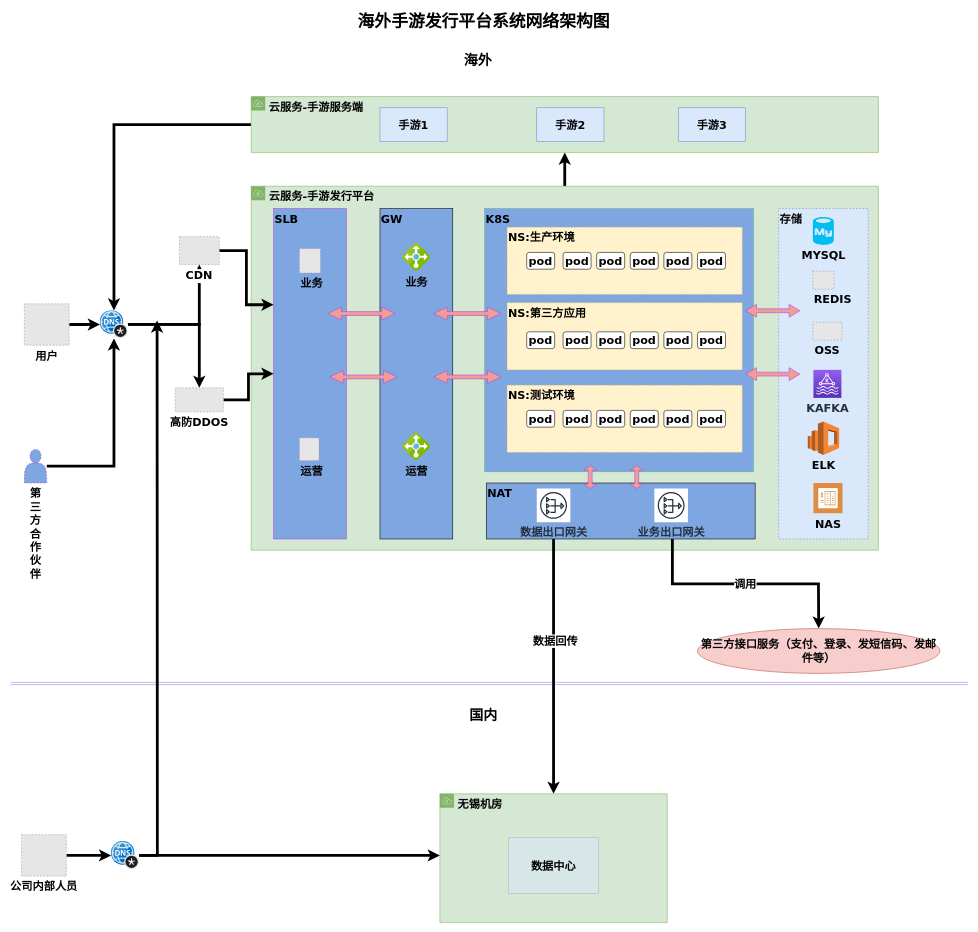
This is 未命名绘图.drawio from shijianhui/ops_doc, a draw.io file, before an edit. Source tidied: cells renumbered, new cells numbered last; positions are measured from the earlier drawing's top-left corner, leaving out a move shared by most shapes. Both pictures are drawn from the tidied source at 56%, with x=0, y=0 at pixel (10, 10). Pictures stored in the file or linked from it are replaced by grey dashed boxes.
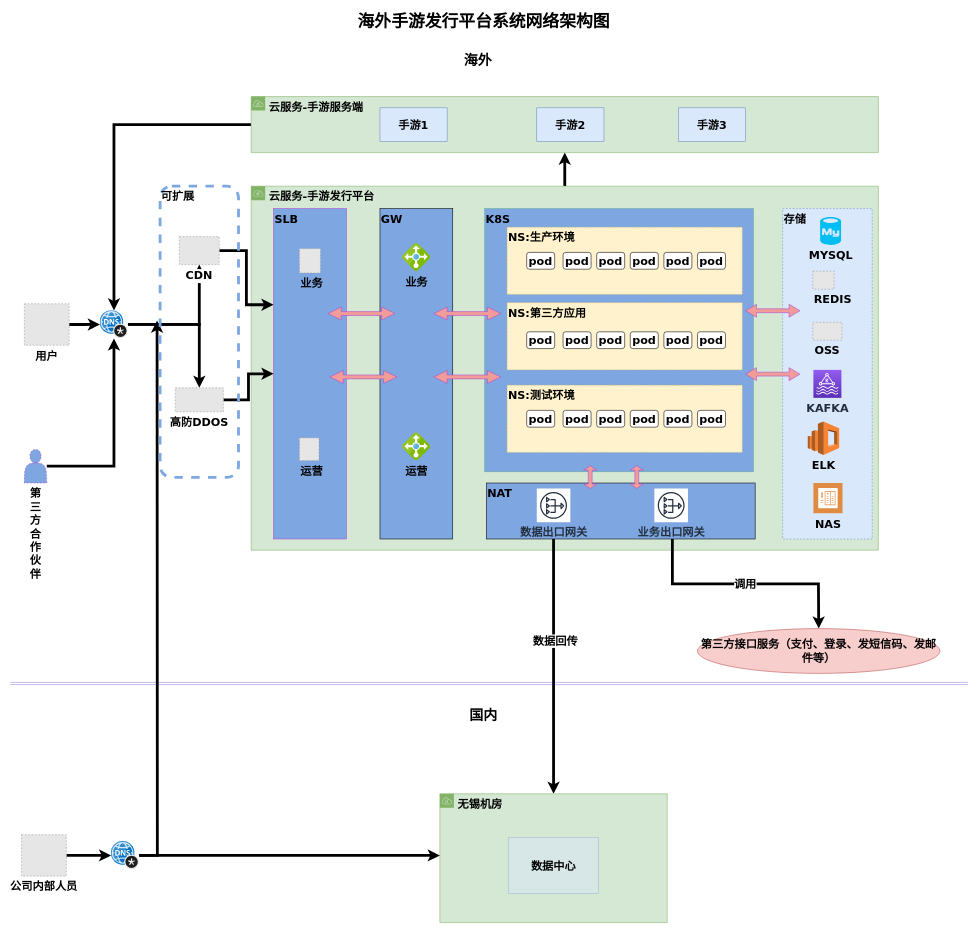
Above is the later version.

Commit message:
Update 未命名绘图.drawio

The edit, as a diff of the source:
```diff
@@
     <mxCell id="32" value="存储" style="rounded=0;whiteSpace=wrap;html=1;dashed=1;strokeColor=#6c8ebf;verticalAlign=top;align=left;fillColor=#dae8fc;fontStyle=1;fontSize=20;fontFamily=Verdana;" parent="1" vertex="1">
-      <mxGeometry x="1372" y="355" width="160" height="590" as="geometry" />
+      <mxGeometry x="1379" y="355" width="160" height="590" as="geometry" />
     </mxCell>
     <mxCell id="33" value="MYSQL" style="verticalLabelPosition=bottom;html=1;verticalAlign=top;align=center;strokeColor=none;fillColor=#00BEF2;shape=mxgraph.azure.mysql_database;fontStyle=1;fontSize=20;fontFamily=Verdana;" parent="1" vertex="1">
-      <mxGeometry x="1433" y="370" width="37.5" height="50" as="geometry" />
+      <mxGeometry x="1446" y="370" width="37.5" height="50" as="geometry" />
     </mxCell>
@@
+    <mxCell id="81" value="可扩展" style="rounded=1;whiteSpace=wrap;html=1;dashed=1;fillColor=none;align=left;verticalAlign=top;fontStyle=1;fontSize=20;strokeWidth=5;strokeColor=#7EA6E0;" parent="1" vertex="1">
+      <mxGeometry x="267.4" y="315" width="140" height="520" as="geometry" />
+    </mxCell>
```
